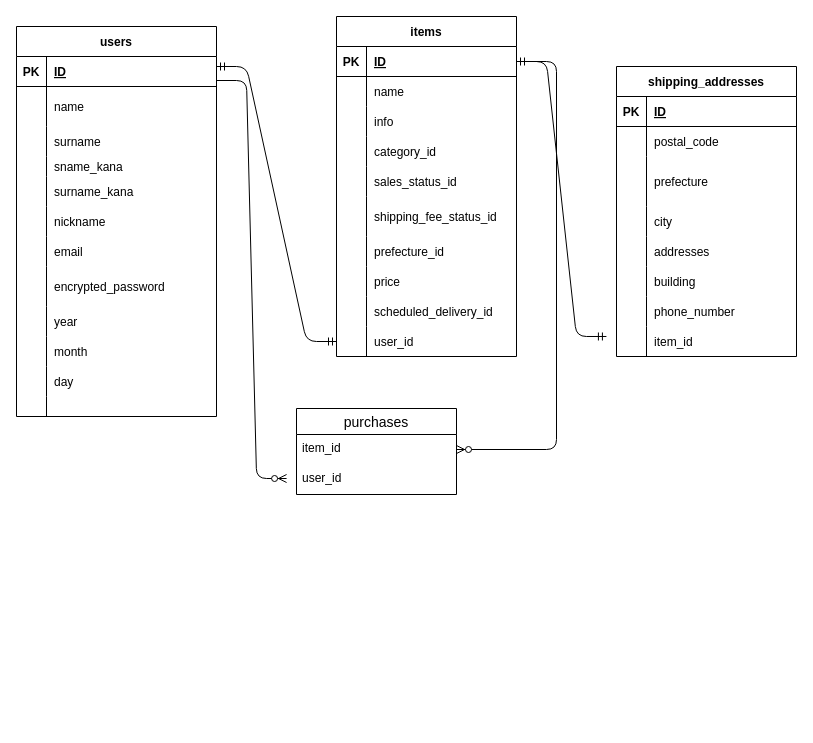
The draw.io diagram db.dio in kuragekamaboko/furima-38998, before the edit. Source tidied: cells renumbered, new cells numbered last; positions are measured from the earlier drawing's top-left corner, leaving out a move shared by most shapes. Both pictures are drawn from the tidied source at 100%, with x=0, y=0 at pixel (16, 16).
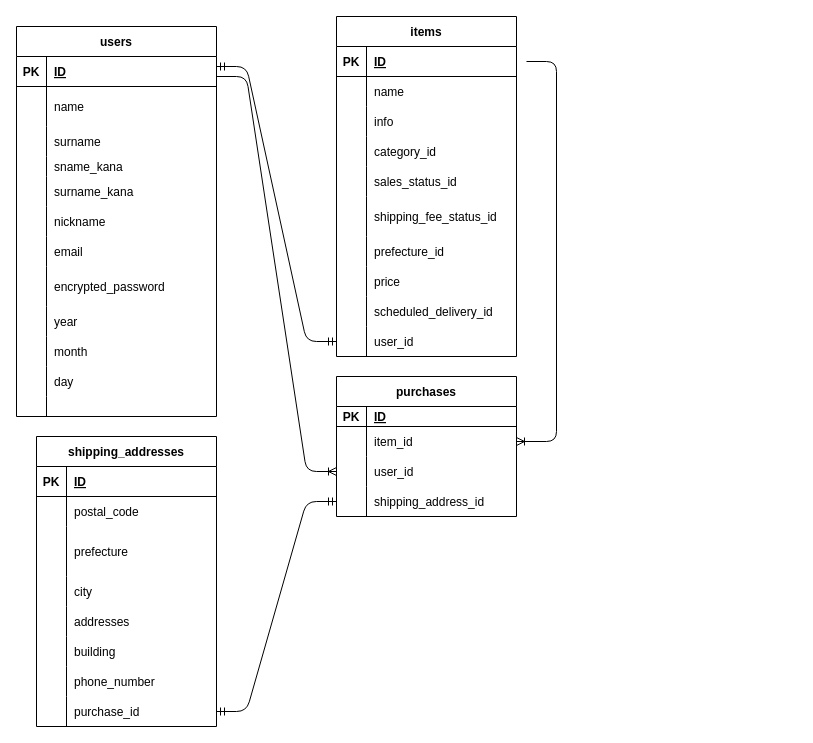
The same page after the edit.

Commit message (it also covers changes not shown here):
指摘事項の修正

Unchanged cells that the change refers to:
```xml
<mxCell id="40" style="shape=tableRow;horizontal=0;startSize=0;swimlaneHead=0;swimlaneBody=0;fillColor=none;points=[[0,0.5],[1,0.5]];portConstraint=eastwest;top=0;left=0;right=0;bottom=1;" parent="39" vertex="1">
  <mxGeometry y="30" width="180" height="30" as="geometry" />
</mxCell>
<mxCell id="97" style="shape=tableRow;horizontal=0;startSize=0;swimlaneHead=0;swimlaneBody=0;fillColor=none;points=[[0,0.5],[1,0.5]];portConstraint=eastwest;top=0;left=0;right=0;bottom=0;" parent="75" vertex="1">
  <mxGeometry y="260" width="180" height="30" as="geometry" />
</mxCell>
```

The edit, as a diff of the source:
```diff
@@
-    <mxCell id="70" value="purchases" style="swimlane;fontStyle=0;horizontal=1;startSize=26;align=center;fontSize=14;" parent="1" vertex="1">
-      <mxGeometry x="280" y="392" width="160" height="86" as="geometry" />
-    </mxCell>
-    <mxCell id="71" value="item_id" style="text;strokeColor=none;fillColor=none;spacingLeft=4;spacingRight=4;overflow=hidden;points=[[0,0.5],[1,0.5]];portConstraint=eastwest;fontSize=12;" parent="70" vertex="1">
-      <mxGeometry y="26" width="160" height="30" as="geometry" />
-    </mxCell>
-    <mxCell id="72" value="user_id" style="text;strokeColor=none;fillColor=none;spacingLeft=4;spacingRight=4;overflow=hidden;points=[[0,0.5],[1,0.5]];portConstraint=eastwest;fontSize=12;" parent="70" vertex="1">
-      <mxGeometry y="56" width="160" height="30" as="geometry" />
-    </mxCell>
-    <mxCell id="73" style="edgeStyle=entityRelationEdgeStyle;fontSize=12;html=1;endArrow=ERzeroToMany;endFill=1;" parent="1" edge="1" target="71">
-      <mxGeometry relative="1" as="geometry">
-        <mxPoint x="510" y="45" as="sourcePoint" />
-      </mxGeometry>
-    </mxCell>
-    <mxCell id="74" style="edgeStyle=entityRelationEdgeStyle;fontSize=12;html=1;endArrow=ERzeroToMany;endFill=1;entryX=-0.062;entryY=0.467;entryDx=0;entryDy=0;entryPerimeter=0;" parent="1" edge="1" target="72">
-      <mxGeometry relative="1" as="geometry">
-        <mxPoint x="200" y="64" as="sourcePoint" />
-      </mxGeometry>
-    </mxCell>
     <mxCell id="75" value="shipping_addresses" style="shape=table;startSize=30;childLayout=tableLayout;rowLines=0;fontStyle=1;align=center;" parent="1" vertex="1">
-      <mxGeometry x="600" y="50" width="180" height="290" as="geometry" />
+      <mxGeometry x="20" y="420" width="180" height="290" as="geometry" />
     </mxCell>
@@
-    <mxCell id="99" value="item_id" style="shape=partialRectangle;fillColor=none;top=0;left=0;bottom=0;right=0;align=left;spacingLeft=6;overflow=hidden;" parent="97" vertex="1">
+    <mxCell id="99" value="purchase_id" style="shape=partialRectangle;fillColor=none;top=0;left=0;bottom=0;right=0;align=left;spacingLeft=6;overflow=hidden;" parent="97" vertex="1">
       <mxGeometry x="30" width="150" height="30" as="geometry" />
     </mxCell>
-    <mxCell id="100" style="edgeStyle=entityRelationEdgeStyle;fontSize=12;html=1;endArrow=ERmandOne;startArrow=ERmandOne;entryX=1;entryY=0.5;entryDx=0;entryDy=0;exitX=-0.056;exitY=0.333;exitDx=0;exitDy=0;exitPerimeter=0;" parent="1" edge="1" source="97" target="40">
+    <mxCell id="100" style="edgeStyle=entityRelationEdgeStyle;fontSize=12;html=1;endArrow=ERmandOne;startArrow=ERmandOne;entryX=0;entryY=0.5;entryDx=0;entryDy=0;" parent="1" edge="1" source="97" target="109">
       <mxGeometry relative="1" as="geometry" />
     </mxCell>
@@
+    <mxCell id="70" value="purchases" style="shape=table;startSize=30;childLayout=tableLayout;rowLines=0;fontStyle=1;align=center;" parent="1" vertex="1">
+      <mxGeometry x="320" y="360" width="180" height="140" as="geometry" />
+    </mxCell>
+    <mxCell id="102" style="shape=tableRow;horizontal=0;startSize=0;swimlaneHead=0;swimlaneBody=0;fillColor=none;top=0;left=0;right=0;bottom=1;" parent="70" vertex="1">
+      <mxGeometry y="30" width="180" height="20" as="geometry" />
+    </mxCell>
+    <mxCell id="103" value="PK" style="shape=partialRectangle;fillColor=none;top=0;left=0;bottom=0;right=0;fontStyle=1;overflow=hidden;" parent="102" vertex="1">
+      <mxGeometry width="30" height="20" as="geometry" />
+    </mxCell>
+    <mxCell id="104" value="ID" style="shape=partialRectangle;fillColor=none;top=0;left=0;bottom=0;right=0;align=left;spacingLeft=6;fontStyle=5;overflow=hidden;" parent="102" vertex="1">
+      <mxGeometry x="30" width="150" height="20" as="geometry" />
+    </mxCell>
+    <mxCell id="105" style="shape=tableRow;horizontal=0;startSize=0;swimlaneHead=0;swimlaneBody=0;fillColor=none;points=[[0,0.5],[1,0.5]];portConstraint=eastwest;top=0;left=0;right=0;bottom=0;" parent="70" vertex="1">
+      <mxGeometry y="50" width="180" height="30" as="geometry" />
+    </mxCell>
+    <mxCell id="106" style="shape=partialRectangle;fillColor=none;top=0;left=0;bottom=0;right=0;overflow=hidden;" parent="105" vertex="1">
+      <mxGeometry width="30" height="30" as="geometry" />
+    </mxCell>
+    <mxCell id="71" value="item_id" style="shape=partialRectangle;fillColor=none;top=0;left=0;bottom=0;right=0;align=left;spacingLeft=6;overflow=hidden;" parent="105" vertex="1">
+      <mxGeometry x="30" width="150" height="30" as="geometry" />
+    </mxCell>
+    <mxCell id="107" style="shape=tableRow;horizontal=0;startSize=0;swimlaneHead=0;swimlaneBody=0;fillColor=none;points=[[0,0.5],[1,0.5]];portConstraint=eastwest;top=0;left=0;right=0;bottom=0;" parent="70" vertex="1">
+      <mxGeometry y="80" width="180" height="30" as="geometry" />
+    </mxCell>
+    <mxCell id="108" style="shape=partialRectangle;fillColor=none;top=0;left=0;bottom=0;right=0;overflow=hidden;" parent="107" vertex="1">
+      <mxGeometry width="30" height="30" as="geometry" />
+    </mxCell>
+    <mxCell id="72" value="user_id" style="shape=partialRectangle;fillColor=none;top=0;left=0;bottom=0;right=0;align=left;spacingLeft=6;overflow=hidden;" parent="107" vertex="1">
+      <mxGeometry x="30" width="150" height="30" as="geometry" />
+    </mxCell>
+    <mxCell id="109" style="shape=tableRow;horizontal=0;startSize=0;swimlaneHead=0;swimlaneBody=0;fillColor=none;points=[[0,0.5],[1,0.5]];portConstraint=eastwest;top=0;left=0;right=0;bottom=0;" parent="70" vertex="1">
+      <mxGeometry y="110" width="180" height="30" as="geometry" />
+    </mxCell>
+    <mxCell id="110" style="shape=partialRectangle;fillColor=none;top=0;left=0;bottom=0;right=0;overflow=hidden;" parent="109" vertex="1">
+      <mxGeometry width="30" height="30" as="geometry" />
+    </mxCell>
+    <mxCell id="111" value="shipping_address_id" style="shape=partialRectangle;fillColor=none;top=0;left=0;bottom=0;right=0;align=left;spacingLeft=6;overflow=hidden;" parent="109" vertex="1">
+      <mxGeometry x="30" width="150" height="30" as="geometry" />
+    </mxCell>
+    <mxCell id="112" style="edgeStyle=entityRelationEdgeStyle;fontSize=12;html=1;endArrow=ERoneToMany;" parent="1" edge="1" target="105">
+      <mxGeometry relative="1" as="geometry">
+        <mxPoint x="510" y="45" as="sourcePoint" />
+      </mxGeometry>
+    </mxCell>
+    <mxCell id="113" style="edgeStyle=entityRelationEdgeStyle;fontSize=12;html=1;endArrow=ERoneToMany;entryX=0;entryY=0.5;entryDx=0;entryDy=0;" parent="1" edge="1" target="107">
+      <mxGeometry relative="1" as="geometry">
+        <mxPoint x="200" y="60" as="sourcePoint" />
+      </mxGeometry>
+    </mxCell>
```
